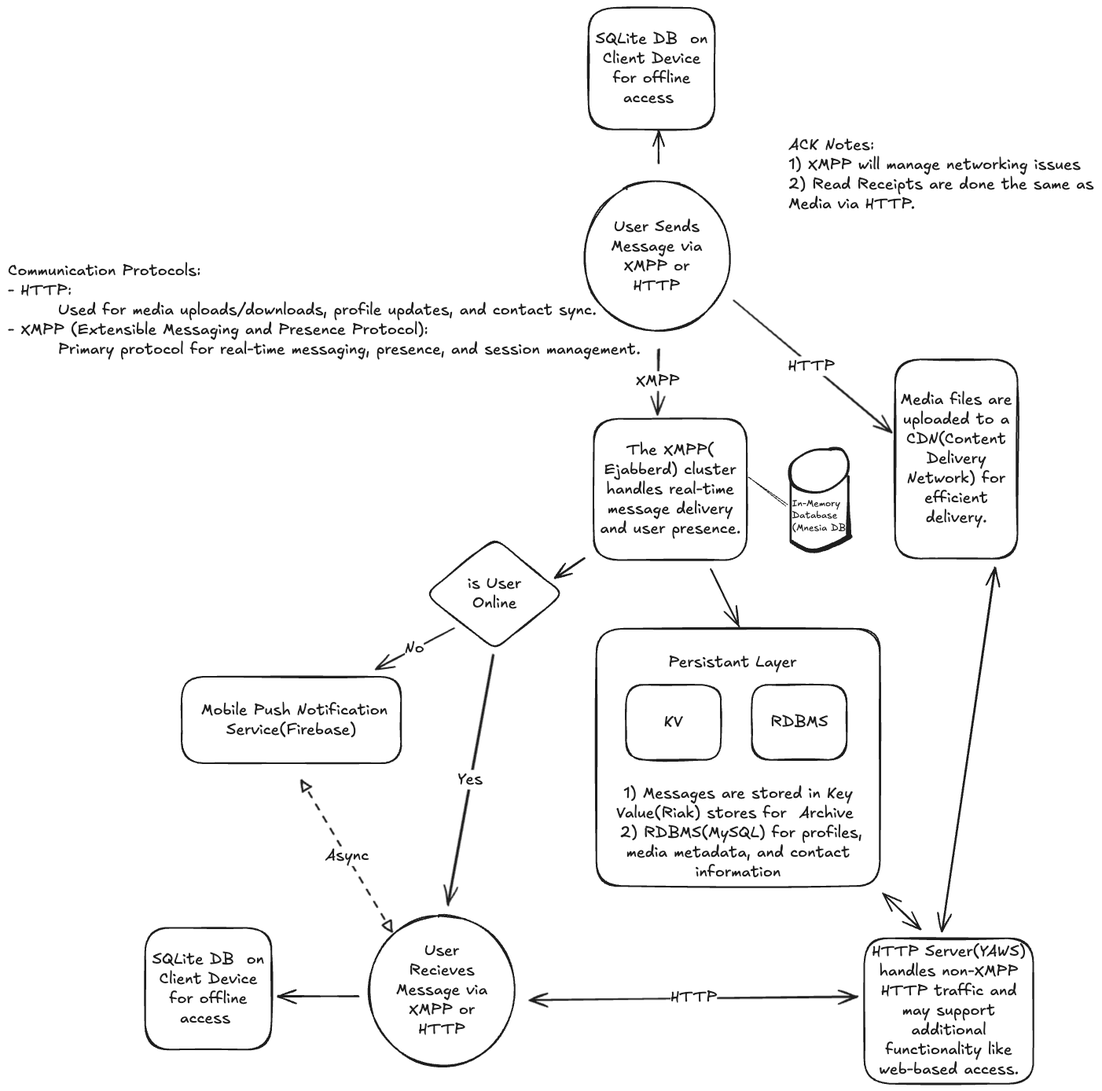
This is facebook-messaging/FacebookMessaging.excalidraw.png from brandon-benge/InterviewPrep, a Excalidraw export, as it was before one commit. Source tidied: one line per element, renumbered; positions are measured from the earlier drawing's top-left corner, leaving out a move shared by most shapes.
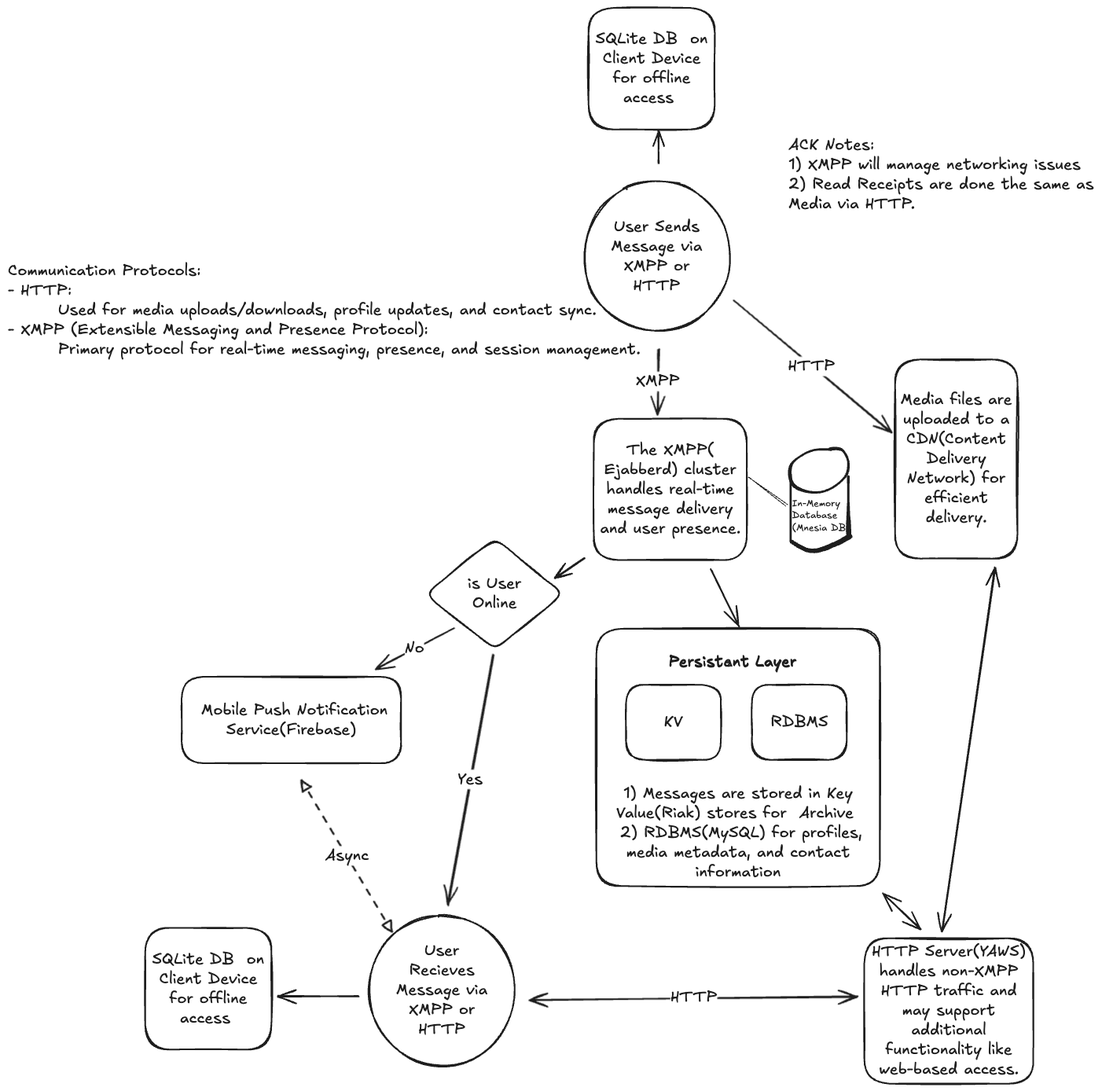
Later version of the same file.

Diff of the diagram source:
```diff
@@ -48,4 +48,4 @@
 {"id": 47, "type": "text", "text": "KV", "strokeColor": "#1e1e1e", "strokeWidth": 2, "roughness": 1, "fontSize": 20, "fontFamily": 5, "textAlign": "center", "verticalAlign": "middle", "inside": 46, "x": 835, "y": 896, "width": 24, "height": 25}
 {"id": 48, "type": "rectangle", "strokeColor": "#1e1e1e", "strokeWidth": 2, "roughness": 1, "round": true, "x": 947, "y": 861, "width": 121, "height": 95}
 {"id": 49, "type": "text", "text": "RDBMS", "strokeColor": "#1e1e1e", "strokeWidth": 2, "roughness": 1, "fontSize": 20, "fontFamily": 5, "textAlign": "center", "verticalAlign": "middle", "inside": 48, "x": 970, "y": 897, "width": 73, "height": 25}
-{"id": 50, "type": "text", "text": "Persistant Layer", "strokeColor": "#1e1e1e", "strokeWidth": 2, "roughness": 1, "fontSize": 20, "fontFamily": 5, "x": 840, "y": 820, "width": 179, "height": 25}
+{"id": 51, "type": "text", "text": "Persistent Layer", "strokeColor": "#1e1e1e", "strokeWidth": 2, "roughness": 1, "fontSize": 20, "fontFamily": 5, "x": 841, "y": 819, "width": 162, "height": 25}
```
